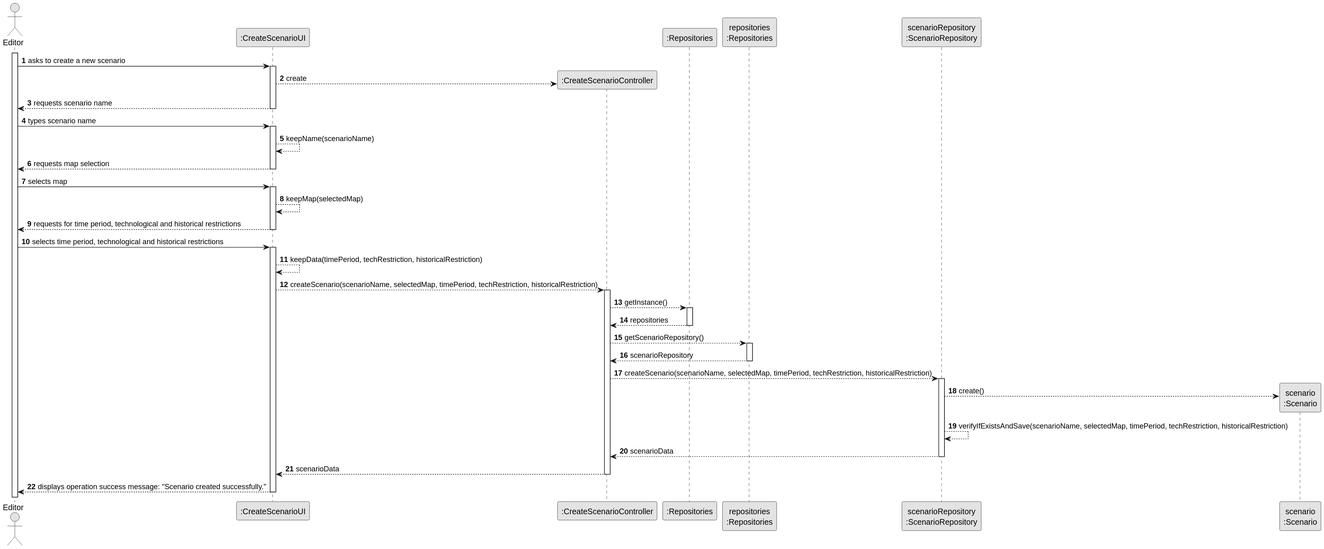
This is docs/system-documentation/US004/03.design/svg/US004-SD.svg from goncalolopesp/sem2-pi-24.25-g093-repo, a PlantUML export, as it was before one commit. Its diagram source:
```plantuml
@startuml
skinparam monochrome true
skinparam packageStyle rectangle
skinparam shadowing false

autonumber

actor "Editor" as Employee
participant ":CreateScenarioUI" as CreateScenarioUI


activate Employee

Employee -> CreateScenarioUI : asks to create a new scenario
activate CreateScenarioUI

create ":CreateScenarioController" as CreateScenarioController

CreateScenarioUI --> CreateScenarioController : create
CreateScenarioUI --> Employee : requests scenario name
deactivate CreateScenarioUI

participant ":Repositories" as Repositories
participant "repositories\n:Repositories" as Repo
participant "scenarioRepository\n:ScenarioRepository" as scenarioRepository

Employee -> CreateScenarioUI : types scenario name
activate CreateScenarioUI

CreateScenarioUI --> CreateScenarioUI : keepName(scenarioName)
CreateScenarioUI --> Employee : requests map selection
deactivate CreateScenarioUI

Employee -> CreateScenarioUI : selects map
activate CreateScenarioUI

CreateScenarioUI --> CreateScenarioUI : keepMap(selectedMap)
CreateScenarioUI --> Employee : requests for time period, technological and historical restrictions
deactivate CreateScenarioUI

Employee -> CreateScenarioUI : selects time period, technological and historical restrictions
activate CreateScenarioUI

CreateScenarioUI --> CreateScenarioUI : keepData(timePeriod, techRestriction, historicalRestriction)
CreateScenarioUI --> CreateScenarioController : createScenario(scenarioName, selectedMap, timePeriod, techRestriction, historicalRestriction)
activate CreateScenarioController

CreateScenarioController --> Repositories : getInstance()
activate Repositories

Repositories --> CreateScenarioController : repositories
deactivate Repositories

CreateScenarioController --> Repo : getScenarioRepository()
activate Repo

Repo --> CreateScenarioController : scenarioRepository
deactivate Repo

CreateScenarioController --> scenarioRepository : createScenario(scenarioName, selectedMap, timePeriod, techRestriction, historicalRestriction)
activate scenarioRepository

create "scenario\n:Scenario" as Scenario

scenarioRepository --> Scenario : create()
scenarioRepository --> scenarioRepository : verifyIfExistsAndSave(scenarioName, selectedMap, timePeriod, techRestriction, historicalRestriction)
scenarioRepository --> CreateScenarioController : scenarioData
deactivate scenarioRepository

CreateScenarioController --> CreateScenarioUI : scenarioData
deactivate CreateScenarioController

CreateScenarioUI --> Employee : displays operation success message: "Scenario created successfully."
deactivate CreateScenarioUI
@enduml
```
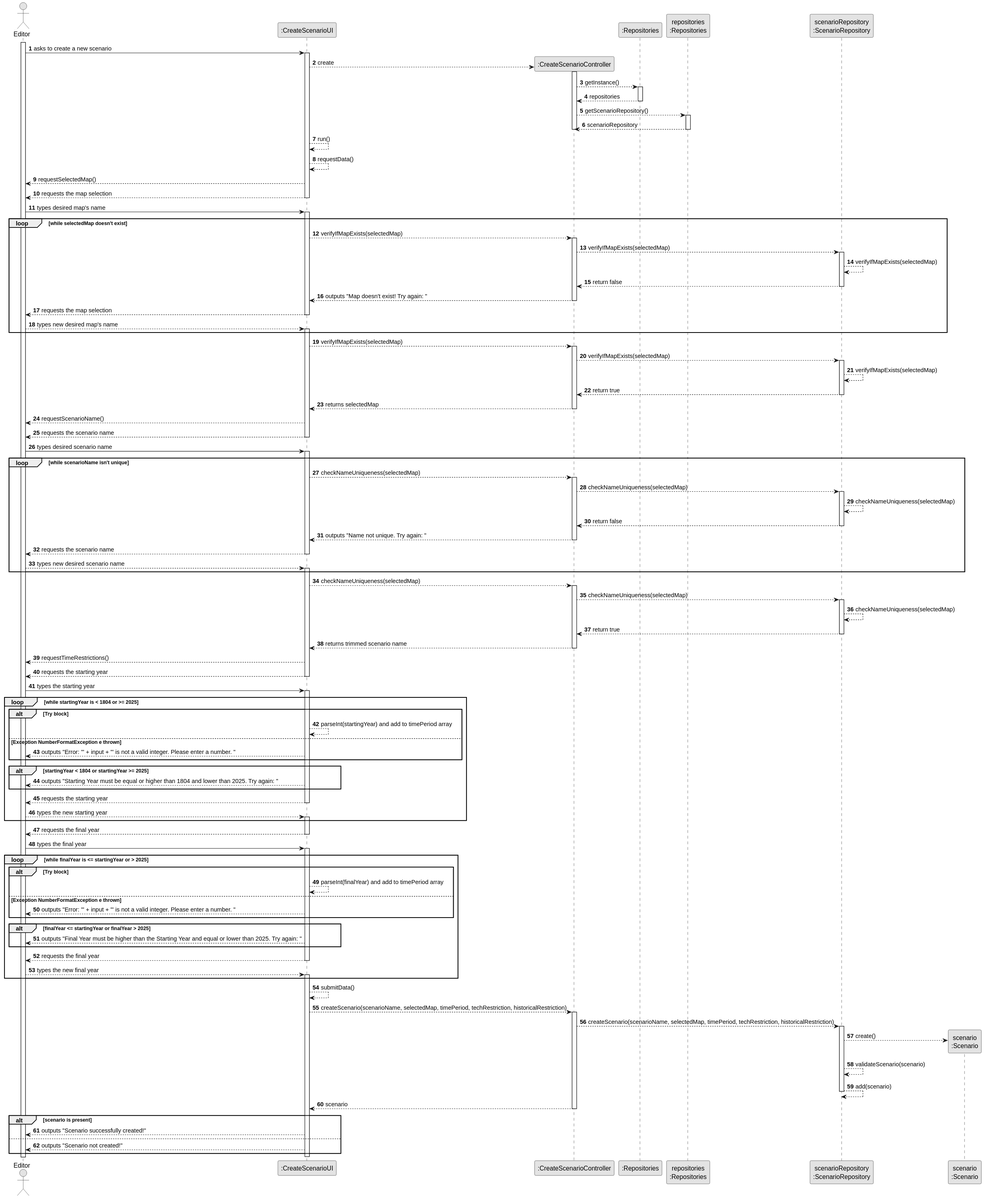
Above is the later version.

The edit, as a diff of the source:
```diff
@@ -15,35 +15,12 @@
 activate CreateScenarioUI
 
 create ":CreateScenarioController" as CreateScenarioController
-
 CreateScenarioUI --> CreateScenarioController : create
-CreateScenarioUI --> Employee : requests scenario name
-deactivate CreateScenarioUI
+activate CreateScenarioController
 
 participant ":Repositories" as Repositories
 participant "repositories\n:Repositories" as Repo
 participant "scenarioRepository\n:ScenarioRepository" as scenarioRepository
-
-Employee -> CreateScenarioUI : types scenario name
-activate CreateScenarioUI
-
-CreateScenarioUI --> CreateScenarioUI : keepName(scenarioName)
-CreateScenarioUI --> Employee : requests map selection
-deactivate CreateScenarioUI
-
-Employee -> CreateScenarioUI : selects map
-activate CreateScenarioUI
-
-CreateScenarioUI --> CreateScenarioUI : keepMap(selectedMap)
-CreateScenarioUI --> Employee : requests for time period, technological and historical restrictions
-deactivate CreateScenarioUI
-
-Employee -> CreateScenarioUI : selects time period, technological and historical restrictions
-activate CreateScenarioUI
-
-CreateScenarioUI --> CreateScenarioUI : keepData(timePeriod, techRestriction, historicalRestriction)
-CreateScenarioUI --> CreateScenarioController : createScenario(scenarioName, selectedMap, timePeriod, techRestriction, historicalRestriction)
-activate CreateScenarioController
 
 CreateScenarioController --> Repositories : getInstance()
 activate Repositories
@@ -56,20 +33,163 @@
 
 Repo --> CreateScenarioController : scenarioRepository
 deactivate Repo
-
-CreateScenarioController --> scenarioRepository : createScenario(scenarioName, selectedMap, timePeriod, techRestriction, historicalRestriction)
-activate scenarioRepository
-
-create "scenario\n:Scenario" as Scenario
-
-scenarioRepository --> Scenario : create()
-scenarioRepository --> scenarioRepository : verifyIfExistsAndSave(scenarioName, selectedMap, timePeriod, techRestriction, historicalRestriction)
-scenarioRepository --> CreateScenarioController : scenarioData
-deactivate scenarioRepository
-
-CreateScenarioController --> CreateScenarioUI : scenarioData
 deactivate CreateScenarioController
 
-CreateScenarioUI --> Employee : displays operation success message: "Scenario created successfully."
+CreateScenarioUI --> CreateScenarioUI: run()
+CreateScenarioUI --> CreateScenarioUI : requestData()
+
+    CreateScenarioUI --> Employee : requestSelectedMap()
+    CreateScenarioUI --> Employee : requests the map selection
+    deactivate CreateScenarioUI
+
+    Employee -> CreateScenarioUI : types desired map's name
+    activate CreateScenarioUI
+
+    loop while selectedMap doesn't exist
+        CreateScenarioUI --> CreateScenarioController : verifyIfMapExists(selectedMap)
+        activate CreateScenarioController
+
+        CreateScenarioController --> scenarioRepository  : verifyIfMapExists(selectedMap)
+        activate scenarioRepository
+
+        scenarioRepository --> scenarioRepository : verifyIfMapExists(selectedMap)
+        scenarioRepository --> CreateScenarioController : return false
+        deactivate scenarioRepository
+
+        CreateScenarioController --> CreateScenarioUI : outputs "Map doesn't exist! Try again: "
+        deactivate CreateScenarioController
+
+        CreateScenarioUI --> Employee : requests the map selection
+        deactivate CreateScenarioUI
+
+        Employee --> CreateScenarioUI : types new desired map's name
+        activate CreateScenarioUI
+    end
+
+    CreateScenarioUI --> CreateScenarioController : verifyIfMapExists(selectedMap)
+    activate CreateScenarioController
+
+    CreateScenarioController --> scenarioRepository  : verifyIfMapExists(selectedMap)
+    activate scenarioRepository
+
+    scenarioRepository --> scenarioRepository : verifyIfMapExists(selectedMap)
+    scenarioRepository --> CreateScenarioController : return true
+    deactivate scenarioRepository
+
+    CreateScenarioController --> CreateScenarioUI : returns selectedMap
+    deactivate CreateScenarioController
+
+    CreateScenarioUI --> Employee : requestScenarioName()
+    CreateScenarioUI --> Employee : requests the scenario name
+    deactivate CreateScenarioUI
+
+    Employee -> CreateScenarioUI : types desired scenario name
+    activate CreateScenarioUI
+
+    loop while scenarioName isn't unique
+        CreateScenarioUI --> CreateScenarioController : checkNameUniqueness(selectedMap)
+        activate CreateScenarioController
+
+        CreateScenarioController --> scenarioRepository  : checkNameUniqueness(selectedMap)
+        activate scenarioRepository
+
+        scenarioRepository --> scenarioRepository : checkNameUniqueness(selectedMap)
+        scenarioRepository --> CreateScenarioController : return false
+        deactivate scenarioRepository
+
+        CreateScenarioController --> CreateScenarioUI : outputs "Name not unique. Try again: "
+        deactivate CreateScenarioController
+
+        CreateScenarioUI --> Employee : requests the scenario name
+        deactivate CreateScenarioUI
+
+        Employee --> CreateScenarioUI : types new desired scenario name
+        activate CreateScenarioUI
+    end
+
+    CreateScenarioUI --> CreateScenarioController : checkNameUniqueness(selectedMap)
+    activate CreateScenarioController
+
+    CreateScenarioController --> scenarioRepository  : checkNameUniqueness(selectedMap)
+    activate scenarioRepository
+
+    scenarioRepository --> scenarioRepository : checkNameUniqueness(selectedMap)
+    scenarioRepository --> CreateScenarioController : return true
+    deactivate scenarioRepository
+
+    CreateScenarioController --> CreateScenarioUI : returns trimmed scenario name
+    deactivate CreateScenarioController
+
+    CreateScenarioUI --> Employee : requestTimeRestrictions()
+    CreateScenarioUI --> Employee : requests the starting year
+    deactivate CreateScenarioUI
+
+    Employee -> CreateScenarioUI : types the starting year
+    activate CreateScenarioUI
+
+    loop while startingYear is < 1804 or >= 2025
+        alt Try block
+            CreateScenarioUI --> CreateScenarioUI : parseInt(startingYear) and add to timePeriod array
+        else Exception NumberFormatException e thrown
+            CreateScenarioUI --> Employee : outputs "Error: '" + input + "' is not a valid integer. Please enter a number. "
+        end
+
+        alt startingYear < 1804 or startingYear >= 2025
+            CreateScenarioUI --> Employee : outputs "Starting Year must be equal or higher than 1804 and lower than 2025. Try again: "
+        end
+
+        CreateScenarioUI --> Employee : requests the starting year
+        deactivate CreateScenarioUI
+
+        Employee --> CreateScenarioUI : types the new starting year
+        activate CreateScenarioUI
+    end
+
+    CreateScenarioUI --> Employee : requests the final year
+    deactivate CreateScenarioUI
+
+    Employee -> CreateScenarioUI : types the final year
+    activate CreateScenarioUI
+
+    loop while finalYear is <= startingYear or > 2025
+        alt Try block
+            CreateScenarioUI --> CreateScenarioUI : parseInt(finalYear) and add to timePeriod array
+        else Exception NumberFormatException e thrown
+            CreateScenarioUI --> Employee : outputs "Error: '" + input + "' is not a valid integer. Please enter a number. "
+        end
+
+        alt finalYear <= startingYear or finalYear > 2025
+            CreateScenarioUI --> Employee : outputs "Final Year must be higher than the Starting Year and equal or lower than 2025. Try again: "
+        end
+
+        CreateScenarioUI --> Employee : requests the final year
+        deactivate CreateScenarioUI
+
+        Employee --> CreateScenarioUI : types the new final year
+        activate CreateScenarioUI
+    end
+
+CreateScenarioUI --> CreateScenarioUI : submitData()
+    CreateScenarioUI --> CreateScenarioController : createScenario(scenarioName, selectedMap, timePeriod, techRestriction, historicalRestriction)
+    activate CreateScenarioController
+
+    CreateScenarioController --> scenarioRepository : createScenario(scenarioName, selectedMap, timePeriod, techRestriction, historicalRestriction)
+    activate scenarioRepository
+
+    create "scenario\n:Scenario" as Scenario
+
+    scenarioRepository --> Scenario : create()
+    scenarioRepository --> scenarioRepository : validateScenario(scenario)
+    scenarioRepository --> scenarioRepository : add(scenario)
+    deactivate scenarioRepository
+
+    CreateScenarioController --> CreateScenarioUI : scenario
+    deactivate CreateScenarioController
+
+    alt scenario is present
+        CreateScenarioUI --> Employee : outputs "Scenario successfully created!"
+    else
+        CreateScenarioUI --> Employee : outputs "Scenario not created!"
+    end
 deactivate CreateScenarioUI
 @enduml
```
